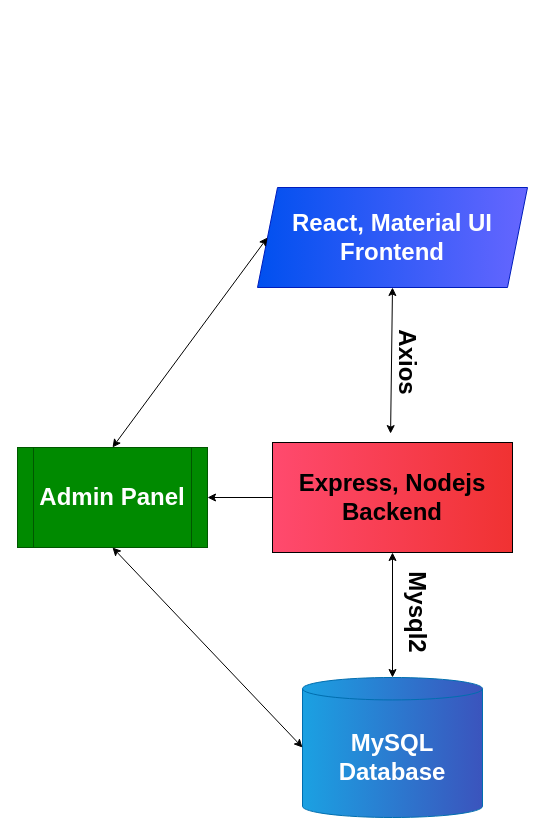
Earlier version of the draw.io diagram structure.drawio (Benedict02/caniarc). Source tidied: cells renumbered, new cells numbered last; positions are measured from the earlier drawing's top-left corner, leaving out a move shared by most shapes. Both pictures are drawn from the tidied source at 100%, with x=0, y=0 at pixel (17, 187).
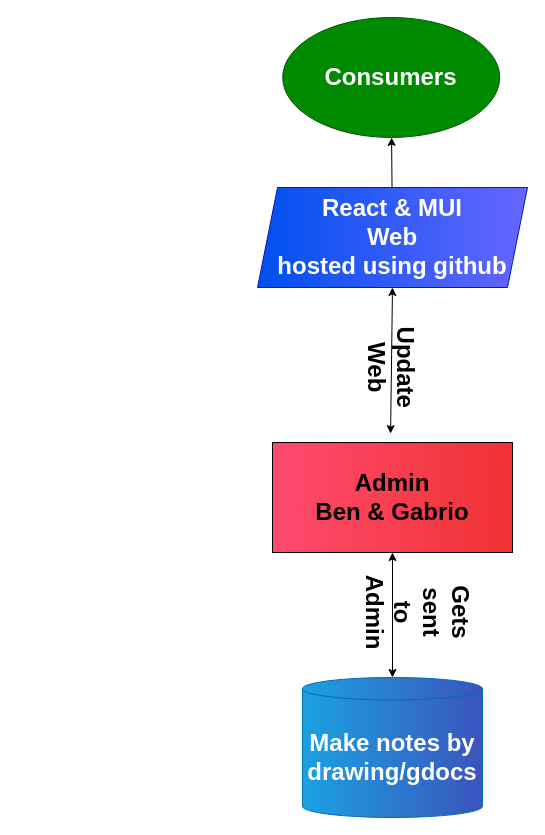
After the change.

Change to the diagram source:
```diff
@@
 <mxGraphModel>
   <root>
     <mxCell id="0" />
     <mxCell id="1" parent="0" />
-    <mxCell id="2" value="MySQL&lt;br&gt;Database" style="shape=cylinder3;whiteSpace=wrap;html=1;boundedLbl=1;backgroundOutline=1;size=11.213508605957031;fillColor=#1ba1e2;fontColor=#ffffff;strokeColor=#006EAF;gradientColor=#3B54BD;gradientDirection=east;fontFamily=Helvetica;fontStyle=1;fontSize=24;" parent="1" vertex="1">
+    <mxCell id="2" value="Make notes by drawing/gdocs" style="shape=cylinder3;whiteSpace=wrap;html=1;boundedLbl=1;backgroundOutline=1;size=11.213508605957031;fillColor=#1ba1e2;fontColor=#ffffff;strokeColor=#006EAF;gradientColor=#3B54BD;gradientDirection=east;fontFamily=Helvetica;fontStyle=1;fontSize=24;" parent="1" vertex="1">
       <mxGeometry x="285" y="490" width="180" height="140" as="geometry" />
     </mxCell>
-    <mxCell id="3" value="Express, Nodejs&lt;br&gt;Backend" style="whiteSpace=wrap;html=1;fontSize=24;gradientDirection=east;fontStyle=1;labelBackgroundColor=none;fillColor=#FF4A6E;gradientColor=#F03232;" parent="1" vertex="1">
+    <mxCell id="3" value="Admin&lt;br&gt;Ben &amp;amp; Gabrio" style="whiteSpace=wrap;html=1;fontSize=24;gradientDirection=east;fontStyle=1;labelBackgroundColor=none;fillColor=#FF4A6E;gradientColor=#F03232;" parent="1" vertex="1">
       <mxGeometry x="255" y="255" width="240" height="110" as="geometry" />
     </mxCell>
-    <mxCell id="4" value="Admin Panel" style="shape=process;whiteSpace=wrap;html=1;backgroundOutline=1;shadow=0;labelBackgroundColor=none;fontFamily=Helvetica;fontSize=24;fillColor=#008a00;gradientDirection=east;size=0.08333333333333333;fontColor=#ffffff;strokeColor=#005700;fontStyle=1;" parent="1" vertex="1">
-      <mxGeometry y="260" width="190" height="100" as="geometry" />
-    </mxCell>
-    <mxCell id="5" style="endArrow=classic;html=1;fontFamily=Helvetica;fontSize=24;entryX=1;entryY=0.5;entryDx=0;entryDy=0;exitX=0;exitY=0.5;exitDx=0;exitDy=0;" parent="1" edge="1" source="3" target="4">
-      <mxGeometry relative="1" as="geometry" />
-    </mxCell>
-    <mxCell id="6" style="endArrow=classic;startArrow=classic;html=1;fontFamily=Helvetica;fontSize=24;exitX=0.5;exitY=1;exitDx=0;exitDy=0;entryX=0;entryY=0.5;entryDx=0;entryDy=0;entryPerimeter=0;" parent="1" edge="1" source="4" target="2">
-      <mxGeometry relative="1" as="geometry" />
-    </mxCell>
+    <mxCell id="13" style="edgeStyle=none;html=1;" parent="1" edge="1" source="7" target="14">
+      <mxGeometry relative="1" as="geometry" />
+    </mxCell>
-    <mxCell id="7" value="React, Material UI&lt;br&gt;Frontend" style="shape=parallelogram;perimeter=parallelogramPerimeter;whiteSpace=wrap;html=1;fixedSize=1;shadow=0;labelBackgroundColor=none;fontFamily=Helvetica;fontSize=24;fillColor=#0050ef;gradientDirection=east;fontColor=#ffffff;strokeColor=#001DBC;gradientColor=#6666FF;fontStyle=1;" parent="1" vertex="1">
+    <mxCell id="7" value="React &amp;amp; MUI&lt;br&gt;Web&lt;br&gt;hosted using github" style="shape=parallelogram;perimeter=parallelogramPerimeter;whiteSpace=wrap;html=1;fixedSize=1;shadow=0;labelBackgroundColor=none;fontFamily=Helvetica;fontSize=24;fillColor=#0050ef;gradientDirection=east;fontColor=#ffffff;strokeColor=#001DBC;gradientColor=#6666FF;fontStyle=1;" parent="1" vertex="1">
       <mxGeometry x="240" width="270" height="100" as="geometry" />
     </mxCell>
     <mxCell id="8" style="endArrow=classic;startArrow=classic;html=1;fontFamily=Helvetica;fontSize=24;entryX=0.5;entryY=1;entryDx=0;entryDy=0;exitX=0.492;exitY=-0.081;exitDx=0;exitDy=0;exitPerimeter=0;" parent="1" edge="1" source="3" target="7">
       <mxGeometry relative="1" as="geometry" />
     </mxCell>
     <mxCell id="9" style="endArrow=classic;startArrow=classic;html=1;fontFamily=Helvetica;fontSize=24;exitX=0.5;exitY=1;exitDx=0;exitDy=0;entryX=0.5;entryY=0;entryDx=0;entryDy=0;entryPerimeter=0;" parent="1" edge="1" source="3" target="2">
       <mxGeometry relative="1" as="geometry" />
     </mxCell>
-    <mxCell id="10" style="endArrow=classic;startArrow=classic;html=1;fontFamily=Helvetica;fontSize=24;exitX=0;exitY=0.5;exitDx=0;exitDy=0;entryX=0.5;entryY=0;entryDx=0;entryDy=0;" parent="1" edge="1" source="7" target="4">
-      <mxGeometry relative="1" as="geometry" />
-    </mxCell>
-    <mxCell id="11" value="Axios" style="text;html=1;strokeColor=none;fillColor=none;align=center;verticalAlign=middle;whiteSpace=wrap;rounded=0;shadow=0;labelBackgroundColor=none;fontFamily=Helvetica;fontSize=24;rotation=90;fontStyle=1;" parent="1" vertex="1">
-      <mxGeometry x="360" y="160" width="60" height="30" as="geometry" />
+    <mxCell id="11" value="Update Web" style="text;html=1;strokeColor=none;fillColor=none;align=center;verticalAlign=middle;whiteSpace=wrap;rounded=0;shadow=0;labelBackgroundColor=none;fontFamily=Helvetica;fontSize=24;rotation=90;fontStyle=1;" parent="1" vertex="1">
+      <mxGeometry x="318.8" y="178.8" width="110" height="2.5" as="geometry" />
     </mxCell>
-    <mxCell id="12" value="Mysql2" style="text;html=1;strokeColor=none;fillColor=none;align=center;verticalAlign=middle;whiteSpace=wrap;rounded=0;shadow=0;labelBackgroundColor=none;fontFamily=Helvetica;fontSize=24;rotation=90;fontStyle=1;" parent="1" vertex="1">
+    <mxCell id="12" value="Gets sent to Admin" style="text;html=1;strokeColor=none;fillColor=none;align=center;verticalAlign=middle;whiteSpace=wrap;rounded=0;shadow=0;labelBackgroundColor=none;fontFamily=Helvetica;fontSize=24;rotation=90;fontStyle=1;" parent="1" vertex="1">
       <mxGeometry x="370" y="410" width="60" height="30" as="geometry" />
     </mxCell>
+    <mxCell id="14" value="Consumers" style="ellipse;whiteSpace=wrap;html=1;fontSize=24;fillColor=#008a00;strokeColor=#005700;fontColor=#ffffff;shadow=0;labelBackgroundColor=none;gradientDirection=east;fontStyle=1;" parent="1" vertex="1">
+      <mxGeometry x="265.2" y="-170" width="217" height="120" as="geometry" />
+    </mxCell>
   </root>
 </mxGraphModel>
```
